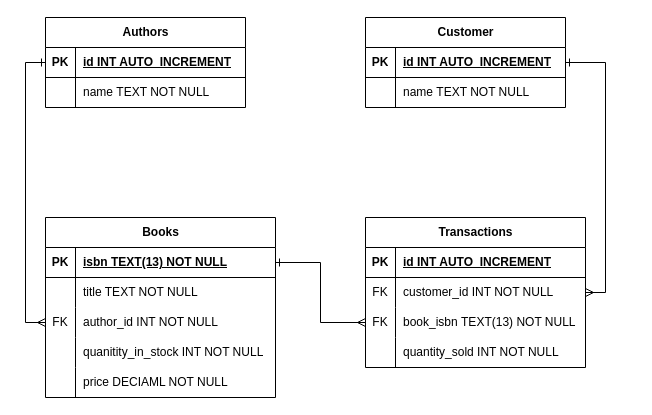
markoagidej/Database-Fundamentals keeps this draw.io diagram as Question 1 Task 2.drawio. Above is the earlier version. Source tidied: cells renumbered, new cells numbered last; positions are measured from the earlier drawing's top-left corner, leaving out a move shared by most shapes. Both pictures are drawn from the tidied source at 100%, with x=0, y=0 at pixel (45, 17).
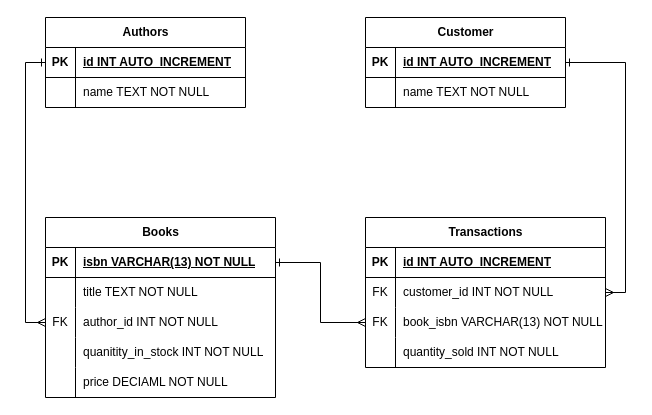
After the change.

Commit message (it also covers changes not shown here):
Question 2 answered

The change refers to these unchanged cells:
```xml
<mxCell id="3" style="shape=tableRow;horizontal=0;startSize=0;swimlaneHead=0;swimlaneBody=0;fillColor=none;points=[[0,0.5],[1,0.5]];portConstraint=eastwest;top=0;left=0;right=0;bottom=1;" parent="2" vertex="1">
  <mxGeometry y="30" width="230" height="30" as="geometry" />
</mxCell>
```

Change to the diagram source:
```diff
@@
-    <mxCell id="5" value="isbn&amp;nbsp;TEXT(13) NOT NULL" style="shape=partialRectangle;fillColor=none;top=0;left=0;bottom=0;right=0;align=left;spacingLeft=6;fontStyle=5;overflow=hidden;whiteSpace=wrap;html=1;" parent="3" vertex="1">
+    <mxCell id="5" value="isbn VARCHAR(13) NOT NULL" style="shape=partialRectangle;fillColor=none;top=0;left=0;bottom=0;right=0;align=left;spacingLeft=6;fontStyle=5;overflow=hidden;whiteSpace=wrap;html=1;" parent="3" vertex="1">
       <mxGeometry x="30" width="200" height="30" as="geometry" />
     </mxCell>
@@
     <mxCell id="18" value="Transactions" style="shape=table;startSize=30;childLayout=tableLayout;rowLines=0;fontStyle=1;align=center;html=1;" parent="1" vertex="1">
-      <mxGeometry x="320" y="200" width="220" height="150" as="geometry" />
+      <mxGeometry x="320" y="200" width="240" height="150" as="geometry" />
     </mxCell>
     <mxCell id="19" style="shape=tableRow;horizontal=0;startSize=0;swimlaneHead=0;swimlaneBody=0;fillColor=none;top=0;left=0;right=0;bottom=1;" parent="18" vertex="1">
-      <mxGeometry y="30" width="220" height="30" as="geometry" />
+      <mxGeometry y="30" width="240" height="30" as="geometry" />
     </mxCell>
@@
     <mxCell id="21" value="id&amp;nbsp;INT AUTO_INCREMENT" style="shape=partialRectangle;fillColor=none;top=0;left=0;bottom=0;right=0;align=left;spacingLeft=6;fontStyle=5;overflow=hidden;whiteSpace=wrap;html=1;" parent="19" vertex="1">
-      <mxGeometry x="30" width="190" height="30" as="geometry" />
+      <mxGeometry x="30" width="210" height="30" as="geometry" />
     </mxCell>
     <mxCell id="22" style="shape=tableRow;horizontal=0;startSize=0;swimlaneHead=0;swimlaneBody=0;fillColor=none;points=[[0,0.5],[1,0.5]];portConstraint=eastwest;top=0;left=0;right=0;bottom=0;" parent="18" vertex="1">
-      <mxGeometry y="60" width="220" height="30" as="geometry" />
+      <mxGeometry y="60" width="240" height="30" as="geometry" />
     </mxCell>
@@
     <mxCell id="24" value="customer_id&amp;nbsp;INT NOT NULL" style="shape=partialRectangle;fillColor=none;top=0;left=0;bottom=0;right=0;align=left;spacingLeft=6;overflow=hidden;whiteSpace=wrap;html=1;" parent="22" vertex="1">
-      <mxGeometry x="30" width="190" height="30" as="geometry" />
+      <mxGeometry x="30" width="210" height="30" as="geometry" />
     </mxCell>
     <mxCell id="25" style="shape=tableRow;horizontal=0;startSize=0;swimlaneHead=0;swimlaneBody=0;fillColor=none;points=[[0,0.5],[1,0.5]];portConstraint=eastwest;top=0;left=0;right=0;bottom=0;" parent="18" vertex="1">
-      <mxGeometry y="90" width="220" height="30" as="geometry" />
+      <mxGeometry y="90" width="240" height="30" as="geometry" />
     </mxCell>
@@
-    <mxCell id="27" value="book_isbn&amp;nbsp;TEXT(13) NOT NULL" style="shape=partialRectangle;fillColor=none;top=0;left=0;bottom=0;right=0;align=left;spacingLeft=6;overflow=hidden;whiteSpace=wrap;html=1;" parent="25" vertex="1">
-      <mxGeometry x="30" width="190" height="30" as="geometry" />
+    <mxCell id="27" value="book_isbn&amp;nbsp;VARCHAR(13) NOT NULL" style="shape=partialRectangle;fillColor=none;top=0;left=0;bottom=0;right=0;align=left;spacingLeft=6;overflow=hidden;whiteSpace=wrap;html=1;" parent="25" vertex="1">
+      <mxGeometry x="30" width="210" height="30" as="geometry" />
     </mxCell>
     <mxCell id="28" style="shape=tableRow;horizontal=0;startSize=0;swimlaneHead=0;swimlaneBody=0;fillColor=none;top=0;left=0;right=0;bottom=0;" parent="18" vertex="1">
-      <mxGeometry y="120" width="220" height="30" as="geometry" />
+      <mxGeometry y="120" width="240" height="30" as="geometry" />
     </mxCell>
@@
     <mxCell id="30" value="quantity_sold&amp;nbsp;INT NOT NULL" style="shape=partialRectangle;fillColor=none;top=0;left=0;bottom=0;right=0;align=left;spacingLeft=6;overflow=hidden;whiteSpace=wrap;html=1;" parent="28" vertex="1">
-      <mxGeometry x="30" width="190" height="30" as="geometry" />
+      <mxGeometry x="30" width="210" height="30" as="geometry" />
     </mxCell>
```
